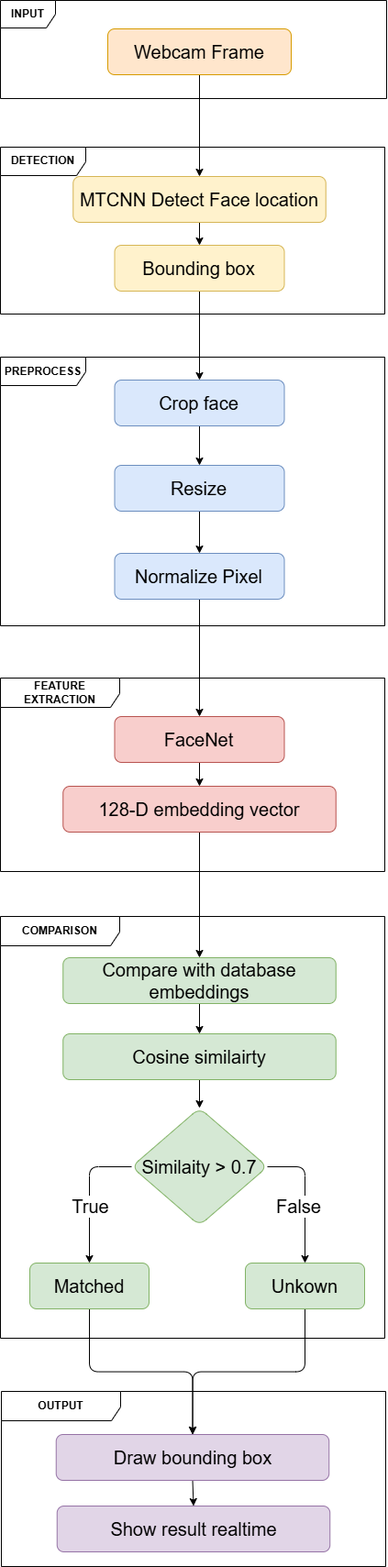
hongnhuanwork/IPCV_Group3_Lab keeps this draw.io diagram as lab05/docs/pipeline.png. Above is the earlier version. Source tidied: cells renumbered, new cells last; positions are measured from the earlier drawing's top-left corner, leaving out a move shared by most shapes. The source it was exported from:
```xml
<mxGraphModel>
  <root>
    <mxCell id="0" />
    <mxCell id="1" parent="0" />
    <mxCell id="2" value="INPUT" style="shape=umlFrame;whiteSpace=wrap;html=1;fontStyle=1;" parent="1" vertex="1">
      <mxGeometry width="421" height="107" as="geometry" />
    </mxCell>
    <mxCell id="3" style="edgeStyle=none;html=1;exitX=0.5;exitY=1;exitDx=0;exitDy=0;" parent="1" edge="1" source="4" target="6">
      <mxGeometry relative="1" as="geometry" />
    </mxCell>
    <mxCell id="4" value="Webcam Frame" style="html=1;whiteSpace=wrap;labelBorderColor=none;rounded=1;fillColor=#ffe6cc;strokeColor=#d79b00;fontSize=20;" parent="1" vertex="1">
      <mxGeometry x="117" y="31" width="200" height="50" as="geometry" />
    </mxCell>
    <mxCell id="5" style="edgeStyle=none;html=1;exitX=0.5;exitY=1;exitDx=0;exitDy=0;entryX=0.5;entryY=0;entryDx=0;entryDy=0;" parent="1" edge="1" source="6" target="9">
      <mxGeometry relative="1" as="geometry" />
    </mxCell>
    <mxCell id="6" value="MTCNN Detect Face location" style="html=1;whiteSpace=wrap;labelBorderColor=none;rounded=1;fillColor=#fff2cc;strokeColor=#d6b656;fontSize=20;" parent="1" vertex="1">
      <mxGeometry x="79.2" y="192" width="275.5" height="50" as="geometry" />
    </mxCell>
    <mxCell id="7" value="DETECTION" style="shape=umlFrame;whiteSpace=wrap;html=1;width=93;height=31;fontStyle=1;" parent="1" vertex="1">
      <mxGeometry y="160" width="419" height="182" as="geometry" />
    </mxCell>
    <mxCell id="8" style="edgeStyle=none;html=1;exitX=0.5;exitY=1;exitDx=0;exitDy=0;entryX=0.5;entryY=0;entryDx=0;entryDy=0;" parent="1" edge="1" source="9" target="12">
      <mxGeometry relative="1" as="geometry" />
    </mxCell>
    <mxCell id="9" value="Bounding box" style="html=1;whiteSpace=wrap;labelBorderColor=none;rounded=1;fillColor=#fff2cc;strokeColor=#d6b656;fontSize=20;" parent="1" vertex="1">
      <mxGeometry x="124.5" y="267" width="185" height="50" as="geometry" />
    </mxCell>
    <mxCell id="10" value="PREPROCESS" style="shape=umlFrame;whiteSpace=wrap;html=1;width=93;height=31;fontStyle=1;" parent="1" vertex="1">
      <mxGeometry y="389" width="419" height="293" as="geometry" />
    </mxCell>
    <mxCell id="11" style="edgeStyle=none;html=1;exitX=0.5;exitY=1;exitDx=0;exitDy=0;entryX=0.5;entryY=0;entryDx=0;entryDy=0;" parent="1" edge="1" source="12" target="14">
      <mxGeometry relative="1" as="geometry" />
    </mxCell>
    <mxCell id="12" value="Crop face" style="html=1;whiteSpace=wrap;labelBorderColor=none;rounded=1;fillColor=#dae8fc;strokeColor=#6c8ebf;fontSize=20;" parent="1" vertex="1">
      <mxGeometry x="124.5" y="414" width="185" height="50" as="geometry" />
    </mxCell>
    <mxCell id="13" style="edgeStyle=none;html=1;exitX=0.5;exitY=1;exitDx=0;exitDy=0;entryX=0.5;entryY=0;entryDx=0;entryDy=0;" parent="1" edge="1" source="14" target="16">
      <mxGeometry relative="1" as="geometry" />
    </mxCell>
    <mxCell id="14" value="Resize" style="html=1;whiteSpace=wrap;labelBorderColor=none;rounded=1;fillColor=#dae8fc;strokeColor=#6c8ebf;fontSize=20;" parent="1" vertex="1">
      <mxGeometry x="124.5" y="507" width="185" height="50" as="geometry" />
    </mxCell>
    <mxCell id="15" style="edgeStyle=none;html=1;exitX=0.5;exitY=1;exitDx=0;exitDy=0;entryX=0.5;entryY=0;entryDx=0;entryDy=0;" parent="1" edge="1" source="16" target="19">
      <mxGeometry relative="1" as="geometry" />
    </mxCell>
    <mxCell id="16" value="Normalize Pixel" style="html=1;whiteSpace=wrap;labelBorderColor=none;rounded=1;fillColor=#dae8fc;strokeColor=#6c8ebf;fontSize=20;" parent="1" vertex="1">
      <mxGeometry x="124.5" y="603" width="185" height="50" as="geometry" />
    </mxCell>
    <mxCell id="17" value="FEATURE EXTRACTION" style="shape=umlFrame;whiteSpace=wrap;html=1;width=130;height=32;fontStyle=1;" parent="1" vertex="1">
      <mxGeometry y="739" width="419" height="211" as="geometry" />
    </mxCell>
    <mxCell id="18" style="edgeStyle=none;html=1;exitX=0.5;exitY=1;exitDx=0;exitDy=0;entryX=0.5;entryY=0;entryDx=0;entryDy=0;" parent="1" edge="1" source="19" target="21">
      <mxGeometry relative="1" as="geometry" />
    </mxCell>
    <mxCell id="19" value="FaceNet" style="html=1;whiteSpace=wrap;labelBorderColor=none;rounded=1;fillColor=#f8cecc;strokeColor=#b85450;fontSize=20;" parent="1" vertex="1">
      <mxGeometry x="124.5" y="781" width="185" height="50" as="geometry" />
    </mxCell>
    <mxCell id="20" style="edgeStyle=none;html=1;exitX=0.5;exitY=1;exitDx=0;exitDy=0;entryX=0.5;entryY=0;entryDx=0;entryDy=0;" parent="1" edge="1" source="21" target="24">
      <mxGeometry relative="1" as="geometry" />
    </mxCell>
    <mxCell id="21" value="128-D embedding vector" style="html=1;whiteSpace=wrap;labelBorderColor=none;rounded=1;fillColor=#f8cecc;strokeColor=#b85450;fontSize=20;" parent="1" vertex="1">
      <mxGeometry x="68.2" y="857" width="297.5" height="50" as="geometry" />
    </mxCell>
    <mxCell id="22" value="COMPARISON" style="shape=umlFrame;whiteSpace=wrap;html=1;width=130;height=32;fontStyle=1;" parent="1" vertex="1">
      <mxGeometry y="999" width="419" height="460" as="geometry" />
    </mxCell>
    <mxCell id="23" style="edgeStyle=none;html=1;exitX=0.5;exitY=1;exitDx=0;exitDy=0;entryX=0.5;entryY=0;entryDx=0;entryDy=0;" parent="1" edge="1" source="24" target="26">
      <mxGeometry relative="1" as="geometry" />
    </mxCell>
    <mxCell id="24" value="Compare with database embeddings" style="html=1;whiteSpace=wrap;labelBorderColor=none;rounded=1;fillColor=#d5e8d4;strokeColor=#82b366;fontSize=20;" parent="1" vertex="1">
      <mxGeometry x="68.2" y="1044" width="297.5" height="50" as="geometry" />
    </mxCell>
    <mxCell id="25" style="edgeStyle=none;html=1;" parent="1" edge="1" source="26" target="31">
      <mxGeometry relative="1" as="geometry" />
    </mxCell>
    <mxCell id="26" value="Cosine similairty" style="html=1;whiteSpace=wrap;labelBorderColor=none;rounded=1;fillColor=#d5e8d4;strokeColor=#82b366;fontSize=20;" parent="1" vertex="1">
      <mxGeometry x="68.2" y="1127" width="297.5" height="50" as="geometry" />
    </mxCell>
    <mxCell id="27" style="edgeStyle=orthogonalEdgeStyle;html=1;exitX=1;exitY=0.5;exitDx=0;exitDy=0;entryX=0.5;entryY=0;entryDx=0;entryDy=0;" parent="1" edge="1" source="31" target="35">
      <mxGeometry relative="1" as="geometry" />
    </mxCell>
    <mxCell id="28" value="&lt;font style=&quot;font-size: 20px;&quot;&gt;False&lt;/font&gt;" style="edgeLabel;html=1;align=center;verticalAlign=middle;" parent="27" vertex="1">
      <mxGeometry x="-0.58" relative="1" as="geometry">
        <mxPoint x="2" y="42" as="offset" />
      </mxGeometry>
    </mxCell>
    <mxCell id="29" style="edgeStyle=orthogonalEdgeStyle;html=1;exitX=0;exitY=0.5;exitDx=0;exitDy=0;entryX=0.5;entryY=0;entryDx=0;entryDy=0;" parent="1" edge="1" source="31" target="33">
      <mxGeometry relative="1" as="geometry" />
    </mxCell>
    <mxCell id="30" value="&lt;font style=&quot;font-size: 20px;&quot;&gt;True&lt;/font&gt;" style="edgeLabel;html=1;align=center;verticalAlign=middle;" parent="29" vertex="1">
      <mxGeometry x="0.05" y="3" relative="1" as="geometry">
        <mxPoint x="-3" y="10" as="offset" />
      </mxGeometry>
    </mxCell>
    <mxCell id="31" value="Similaity &amp;gt; 0.7" style="rhombus;whiteSpace=wrap;html=1;fontSize=20;fillColor=#d5e8d4;strokeColor=#82b366;labelBorderColor=none;rounded=1;" parent="1" vertex="1">
      <mxGeometry x="143" y="1208" width="148" height="128" as="geometry" />
    </mxCell>
    <mxCell id="32" style="edgeStyle=orthogonalEdgeStyle;html=1;exitX=0.5;exitY=1;exitDx=0;exitDy=0;entryX=0.5;entryY=0;entryDx=0;entryDy=0;" parent="1" edge="1" source="33" target="38">
      <mxGeometry relative="1" as="geometry" />
    </mxCell>
    <mxCell id="33" value="Matched" style="html=1;whiteSpace=wrap;labelBorderColor=none;rounded=1;fillColor=#d5e8d4;strokeColor=#82b366;fontSize=20;" parent="1" vertex="1">
      <mxGeometry x="32" y="1377" width="130" height="50" as="geometry" />
    </mxCell>
    <mxCell id="34" style="edgeStyle=orthogonalEdgeStyle;html=1;exitX=0.5;exitY=1;exitDx=0;exitDy=0;entryX=0.5;entryY=0;entryDx=0;entryDy=0;" parent="1" edge="1" source="35" target="38">
      <mxGeometry relative="1" as="geometry" />
    </mxCell>
    <mxCell id="35" value="Unkown" style="html=1;whiteSpace=wrap;labelBorderColor=none;rounded=1;fillColor=#d5e8d4;strokeColor=#82b366;fontSize=20;" parent="1" vertex="1">
      <mxGeometry x="267" y="1377" width="130" height="50" as="geometry" />
    </mxCell>
    <mxCell id="36" value="OUTPUT" style="shape=umlFrame;whiteSpace=wrap;html=1;width=130;height=32;fontStyle=1;" parent="1" vertex="1">
      <mxGeometry x="1" y="1517" width="419" height="191" as="geometry" />
    </mxCell>
    <mxCell id="37" style="edgeStyle=none;html=1;exitX=0.5;exitY=1;exitDx=0;exitDy=0;entryX=0.5;entryY=0;entryDx=0;entryDy=0;" parent="1" edge="1" source="38" target="39">
      <mxGeometry relative="1" as="geometry" />
    </mxCell>
    <mxCell id="38" value="Draw bounding box" style="html=1;whiteSpace=wrap;labelBorderColor=none;rounded=1;fillColor=#e1d5e7;strokeColor=#9673a6;fontSize=20;" parent="1" vertex="1">
      <mxGeometry x="60.8" y="1564" width="297.5" height="50" as="geometry" />
    </mxCell>
    <mxCell id="39" value="Show result realtime" style="html=1;whiteSpace=wrap;labelBorderColor=none;rounded=1;fillColor=#e1d5e7;strokeColor=#9673a6;fontSize=20;" parent="1" vertex="1">
      <mxGeometry x="61.8" y="1642" width="297.5" height="50" as="geometry" />
    </mxCell>
  </root>
</mxGraphModel>
```
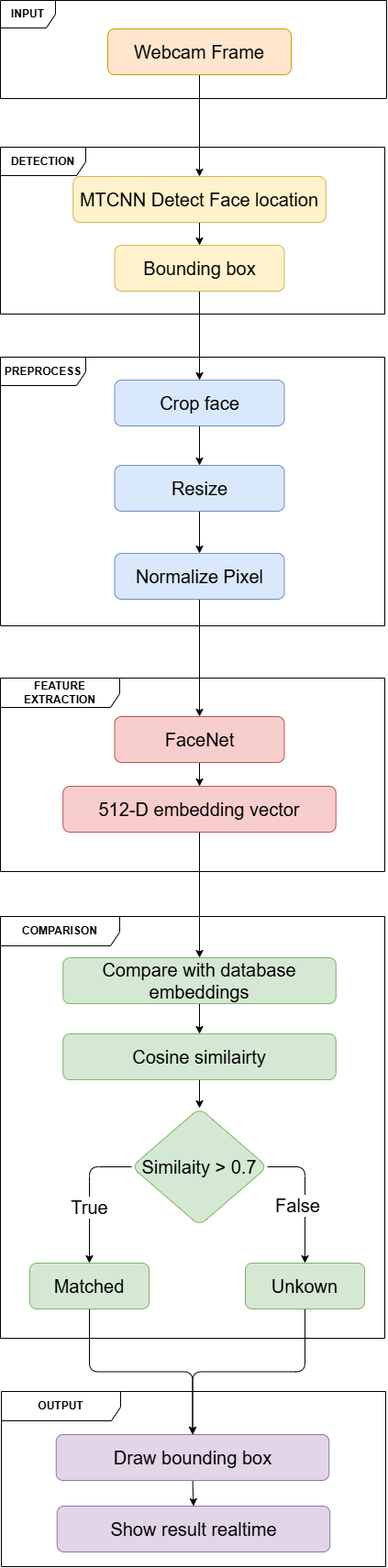
The same file after the commit.

Diff of the diagram source:
```diff
@@ -59,7 +59,7 @@
     <mxCell id="20" style="edgeStyle=none;html=1;exitX=0.5;exitY=1;exitDx=0;exitDy=0;entryX=0.5;entryY=0;entryDx=0;entryDy=0;" parent="1" edge="1" source="21" target="24">
       <mxGeometry relative="1" as="geometry" />
     </mxCell>
-    <mxCell id="21" value="128-D embedding vector" style="html=1;whiteSpace=wrap;labelBorderColor=none;rounded=1;fillColor=#f8cecc;strokeColor=#b85450;fontSize=20;" parent="1" vertex="1">
+    <mxCell id="21" value="512-D embedding vector" style="html=1;whiteSpace=wrap;labelBorderColor=none;rounded=1;fillColor=#f8cecc;strokeColor=#b85450;fontSize=20;" parent="1" vertex="1">
       <mxGeometry x="68.2" y="857" width="297.5" height="50" as="geometry" />
     </mxCell>
     <mxCell id="22" value="COMPARISON" style="shape=umlFrame;whiteSpace=wrap;html=1;width=130;height=32;fontStyle=1;" parent="1" vertex="1">
```
